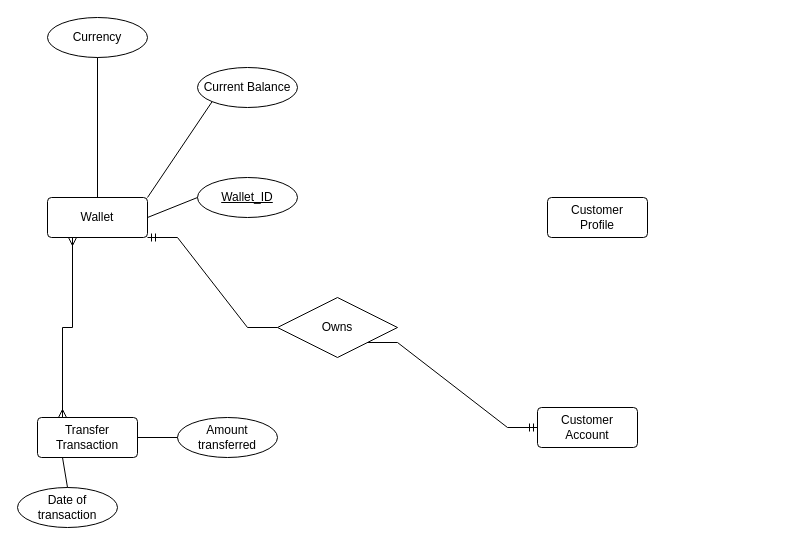
Above: Untitled Diagram.drawio in itsfadymate/Customer-Data-Management-System (draw.io), before the change. Source tidied: cells renumbered, new cells numbered last; positions are measured from the earlier drawing's top-left corner, leaving out a move shared by most shapes. Both pictures are drawn from the tidied source at 100%, with x=0, y=0 at pixel (17, 17).
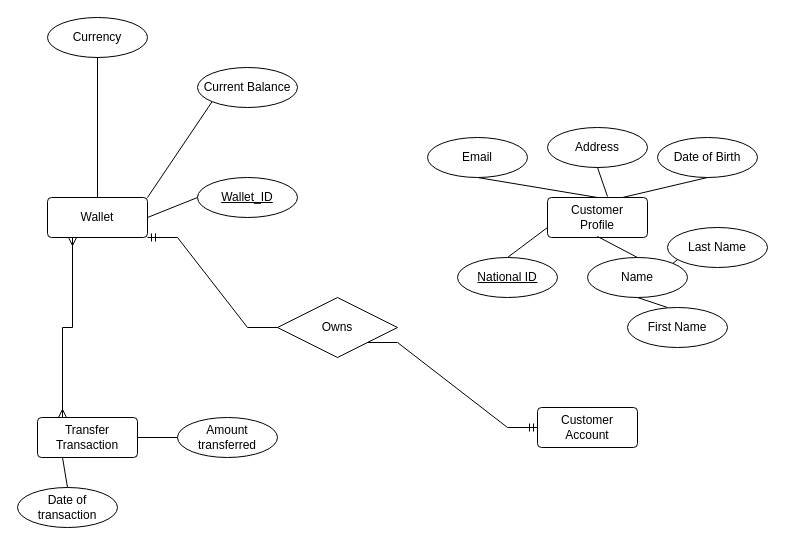
After the change.

Commit message:
added customer profile entity attributes

The change refers to these unchanged cells:
```xml
<mxCell id="10" value="Customer&lt;div&gt;Prof&lt;span style=&quot;background-color: initial;&quot;&gt;ile&lt;/span&gt;&lt;/div&gt;" style="rounded=1;arcSize=10;whiteSpace=wrap;html=1;align=center;" parent="1" vertex="1">
  <mxGeometry x="530" y="180" width="100" height="40" as="geometry" />
</mxCell>
```

Diff of the diagram source:
```diff
@@
+    <mxCell id="21" value="National ID" style="ellipse;whiteSpace=wrap;html=1;align=center;" parent="1" vertex="1">
+      <mxGeometry x="440" y="240" width="100" height="40" as="geometry" />
+    </mxCell>
@@
+    <mxCell id="22" value="Name" style="ellipse;whiteSpace=wrap;html=1;align=center;" parent="1" vertex="1">
+      <mxGeometry x="570" y="240" width="100" height="40" as="geometry" />
+    </mxCell>
@@
+    <mxCell id="23" style="line;strokeWidth=1;dashed=0;labelPosition=right;align=left;verticalAlign=middle;spacingTop=0;spacingLeft=6;" parent="1" vertex="1">
+      <mxGeometry x="460" y="260" width="60" height="10" as="geometry" />
+    </mxCell>
@@
+    <mxCell id="24" style="endArrow=none;html=1;rounded=0;entryX=0.5;entryY=0;entryDx=0;entryDy=0;exitX=0.5;exitY=1;exitDx=0;exitDy=0;" parent="1" edge="1" source="26" target="10">
+      <mxGeometry relative="1" as="geometry" />
+    </mxCell>
@@
+    <mxCell id="25" style="endArrow=none;html=1;rounded=0;exitX=0;exitY=0.75;exitDx=0;exitDy=0;" parent="1" edge="1" source="10">
+      <mxGeometry relative="1" as="geometry">
+        <mxPoint x="490" y="240" as="targetPoint" />
+      </mxGeometry>
+    </mxCell>
@@
+    <mxCell id="26" value="Email" style="ellipse;whiteSpace=wrap;html=1;align=center;" parent="1" vertex="1">
+      <mxGeometry x="410" y="120" width="100" height="40" as="geometry" />
+    </mxCell>
@@
+    <mxCell id="27" style="endArrow=none;html=1;rounded=0;entryX=0.5;entryY=0;entryDx=0;entryDy=0;exitX=1;exitY=0;exitDx=0;exitDy=0;" parent="1" edge="1" source="22" target="29">
+      <mxGeometry relative="1" as="geometry" />
+    </mxCell>
@@
+    <mxCell id="28" style="endArrow=none;html=1;rounded=0;entryX=0.5;entryY=0;entryDx=0;entryDy=0;" parent="1" edge="1" target="22">
+      <mxGeometry relative="1" as="geometry">
+        <mxPoint x="580" y="219" as="sourcePoint" />
+      </mxGeometry>
+    </mxCell>
@@
+    <mxCell id="29" value="Last Name" style="ellipse;whiteSpace=wrap;html=1;align=center;" parent="1" vertex="1">
+      <mxGeometry x="650" y="210" width="100" height="40" as="geometry" />
+    </mxCell>
@@
+    <mxCell id="30" value="Address" style="ellipse;whiteSpace=wrap;html=1;align=center;" parent="1" vertex="1">
+      <mxGeometry x="530" y="110" width="100" height="40" as="geometry" />
+    </mxCell>
+    <mxCell id="31" value="Date of Birth" style="ellipse;whiteSpace=wrap;html=1;align=center;" parent="1" vertex="1">
+      <mxGeometry x="640" y="120" width="100" height="40" as="geometry" />
+    </mxCell>
+    <mxCell id="32" style="endArrow=none;html=1;rounded=0;fontFamily=Helvetica;fontSize=12;fontColor=default;fontStyle=4;exitX=0.5;exitY=1;exitDx=0;exitDy=0;" parent="1" edge="1" source="30">
+      <mxGeometry relative="1" as="geometry">
+        <mxPoint x="590" y="179" as="targetPoint" />
+      </mxGeometry>
+    </mxCell>
+    <mxCell id="33" style="endArrow=none;html=1;rounded=0;fontFamily=Helvetica;fontSize=12;fontColor=default;fontStyle=4;entryX=0.5;entryY=1;entryDx=0;entryDy=0;exitX=0.75;exitY=0;exitDx=0;exitDy=0;" parent="1" edge="1" source="10" target="31">
+      <mxGeometry relative="1" as="geometry" />
+    </mxCell>
+    <mxCell id="34" value="First Name" style="ellipse;whiteSpace=wrap;html=1;align=center;" parent="1" vertex="1">
+      <mxGeometry x="610" y="290" width="100" height="40" as="geometry" />
+    </mxCell>
+    <mxCell id="35" style="endArrow=none;html=1;rounded=0;fontFamily=Helvetica;fontSize=12;fontColor=default;fontStyle=4;exitX=0.5;exitY=1;exitDx=0;exitDy=0;" parent="1" edge="1" source="22">
+      <mxGeometry relative="1" as="geometry">
+        <mxPoint x="650" y="290" as="targetPoint" />
+      </mxGeometry>
+    </mxCell>
```
